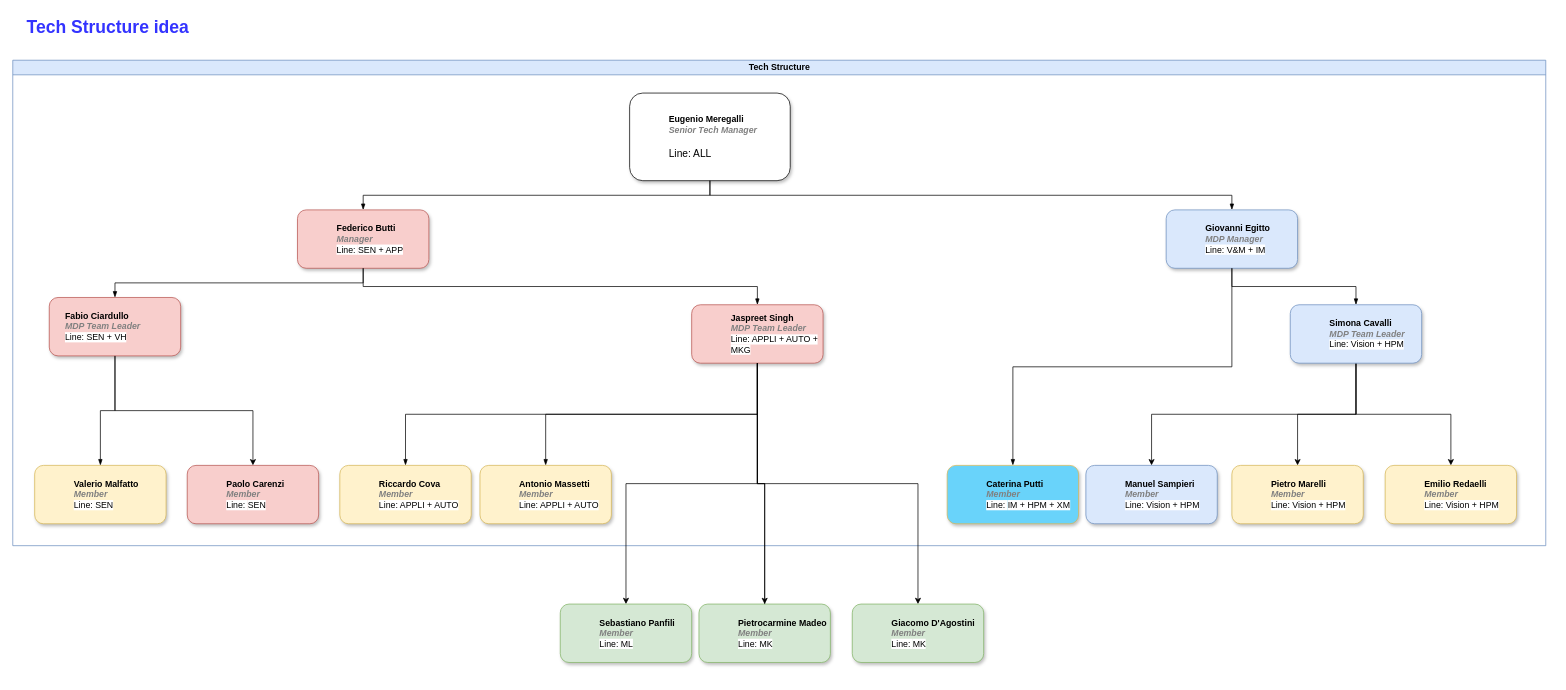
Earlier version of the draw.io diagram page "FY-2022 -2H" (4 of 4) of Tech Team Structure.drawio (EugeMere/diagrams). Source tidied: cells renumbered, new cells numbered last; positions are measured from the earlier drawing's top-left corner, leaving out a move shared by most shapes. Both pictures are drawn from the tidied source at 73%, with x=0, y=0 at pixel (12, 12).
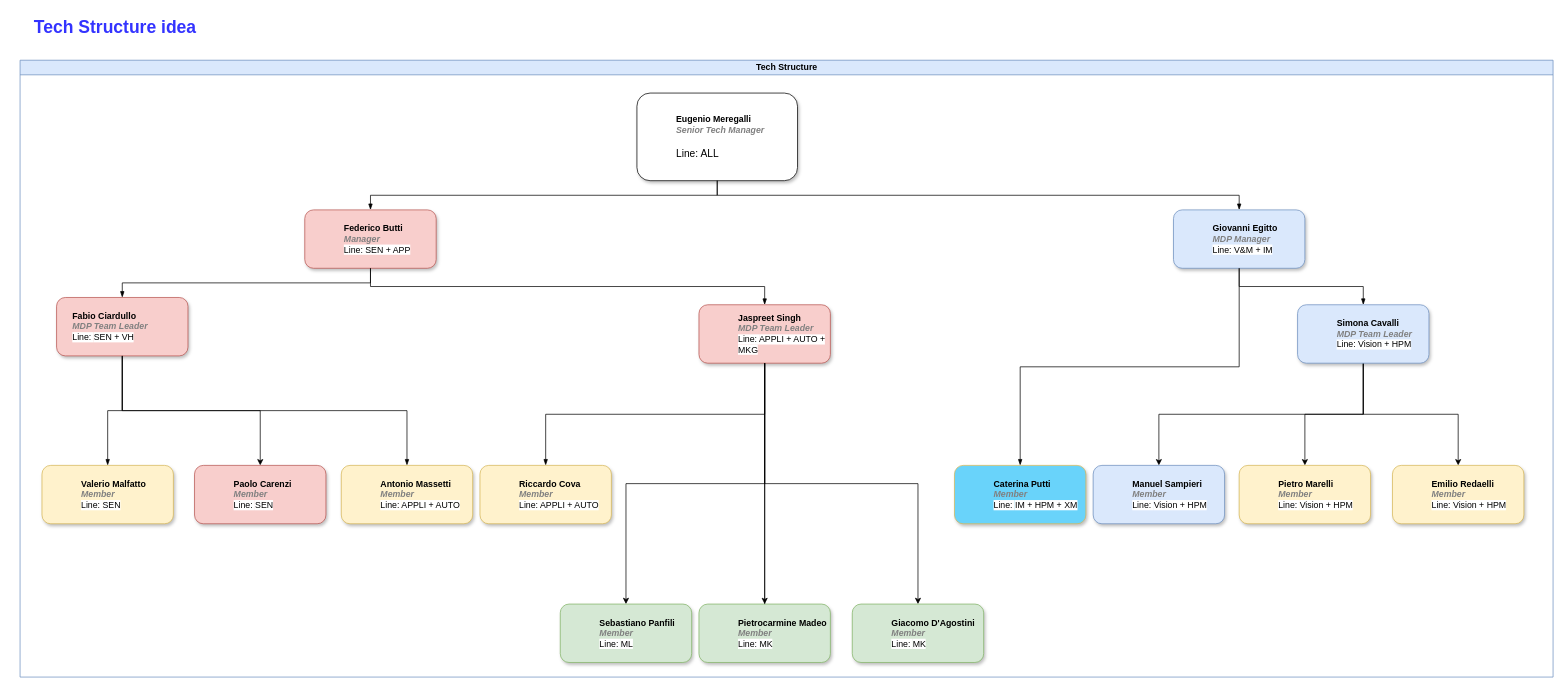
The same page after the edit.

Unchanged cells that the change refers to:
```xml
<object id="13" label="%name%&lt;br&gt;&lt;i style=&quot;color: gray&quot;&gt;%position%&lt;br&gt;&lt;/i&gt;&lt;font style=&quot;font-size: 12px&quot;&gt;&lt;span style=&quot;font-weight: 400 ; background-color: rgb(255 , 255 , 255)&quot;&gt;Line: &lt;/span&gt;&lt;span style=&quot;font-weight: 400 ; background-color: rgb(255 , 255 , 255)&quot;&gt;&lt;font style=&quot;font-size: 12px&quot;&gt;%SupportLine%&lt;/font&gt;&lt;/span&gt;&lt;/font&gt;" SupportLine="APPLI + AUTO + MKG" name="Jaspreet Singh" placeholders="1" position="MDP Team Leader">
  <mxCell style="label;whiteSpace=wrap;html=1;rounded=1;glass=0;fillColor=#f8cecc;strokeColor=#b85450;shadow=1;" parent="2" vertex="1">
    <mxGeometry x="930" y="335" width="180" height="80" as="geometry" />
  </mxCell>
</object>
<object id="16" label="%name%&lt;br&gt;&lt;i style=&quot;color: gray&quot;&gt;%position%&lt;br&gt;&lt;/i&gt;&lt;font style=&quot;font-size: 12px&quot;&gt;&lt;span style=&quot;font-weight: 400 ; background-color: rgb(255 , 255 , 255)&quot;&gt;Line: &lt;/span&gt;&lt;span style=&quot;font-weight: 400 ; background-color: rgb(255 , 255 , 255)&quot;&gt;&lt;font style=&quot;font-size: 12px&quot;&gt;%SupportLine%&lt;/font&gt;&lt;/span&gt;&lt;/font&gt;" SupportLine="SEN + VH" name="Fabio Ciardullo" placeholders="1" position="MDP Team Leader">
  <mxCell style="label;whiteSpace=wrap;html=1;rounded=1;glass=0;fillColor=#f8cecc;strokeColor=#b85450;shadow=1;align=left;labelPosition=center;verticalLabelPosition=middle;verticalAlign=middle;spacingLeft=20;" parent="2" vertex="1">
    <mxGeometry x="50" y="325" width="180" height="80" as="geometry" />
  </mxCell>
</object>
```

Change to the diagram source:
```diff
@@
     <mxCell id="2" value="Tech Structure" style="swimlane;html=1;startSize=20;horizontal=1;containerType=tree;glass=0;fillColor=#dae8fc;strokeColor=#6c8ebf;" parent="1" vertex="1">
-      <mxGeometry y="65" width="2100" height="665" as="geometry" />
+      <mxGeometry x="10" y="65" width="2100" height="845" as="geometry" />
     </mxCell>
@@
     <object id="23" label="%name%&lt;br&gt;&lt;i style=&quot;color: gray&quot;&gt;%position%&lt;br&gt;&lt;/i&gt;&lt;font style=&quot;font-size: 12px&quot;&gt;&lt;span style=&quot;font-weight: 400 ; background-color: rgb(255 , 255 , 255)&quot;&gt;Line: &lt;/span&gt;&lt;span style=&quot;font-weight: 400 ; background-color: rgb(255 , 255 , 255)&quot;&gt;&lt;font style=&quot;font-size: 12px&quot;&gt;%SupportLine%&lt;/font&gt;&lt;/span&gt;&lt;/font&gt;" SupportLine="APPLI + AUTO" name="Riccardo Cova" placeholders="1" position="Member">
       <mxCell style="label;whiteSpace=wrap;html=1;rounded=1;glass=0;fillColor=#fff2cc;strokeColor=#d6b656;shadow=1;" parent="2" vertex="1">
-        <mxGeometry x="448" y="555" width="180" height="80" as="geometry" />
+        <mxGeometry x="630" y="555" width="180" height="80" as="geometry" />
       </mxCell>
     </object>
-    <mxCell id="24" style="endArrow=blockThin;endFill=1;fontSize=11;edgeStyle=elbowEdgeStyle;elbow=vertical;rounded=0;" parent="2" edge="1" source="13" target="25">
+    <mxCell id="24" style="endArrow=blockThin;endFill=1;fontSize=11;edgeStyle=elbowEdgeStyle;elbow=vertical;rounded=0;exitX=0.5;exitY=1;exitDx=0;exitDy=0;" parent="2" edge="1" source="16" target="25">
       <mxGeometry relative="1" as="geometry" />
     </mxCell>
     <object id="25" label="%name%&lt;br&gt;&lt;i style=&quot;color: gray&quot;&gt;%position%&lt;br&gt;&lt;/i&gt;&lt;font style=&quot;font-size: 12px&quot;&gt;&lt;span style=&quot;font-weight: 400 ; background-color: rgb(255 , 255 , 255)&quot;&gt;Line: &lt;/span&gt;&lt;span style=&quot;font-weight: 400 ; background-color: rgb(255 , 255 , 255)&quot;&gt;&lt;font style=&quot;font-size: 12px&quot;&gt;%SupportLine%&lt;/font&gt;&lt;/span&gt;&lt;/font&gt;" SupportLine="APPLI + AUTO" name="Antonio Massetti" placeholders="1" position="Member">
       <mxCell style="label;whiteSpace=wrap;html=1;rounded=1;glass=0;fillColor=#fff2cc;strokeColor=#d6b656;shadow=1;fontColor=#000000;" parent="2" vertex="1">
-        <mxGeometry x="640" y="555" width="180" height="80" as="geometry" />
+        <mxGeometry x="440" y="555" width="180" height="80" as="geometry" />
       </mxCell>
     </object>
@@
     <mxCell id="30" value="Tech Structure idea" style="text;strokeColor=none;fillColor=none;html=1;fontSize=24;fontStyle=1;verticalAlign=middle;align=center;fontColor=#3333FF;" parent="1" vertex="1">
-      <mxGeometry x="10" width="240" height="40" as="geometry" />
+      <mxGeometry x="20" width="240" height="40" as="geometry" />
     </mxCell>
```
